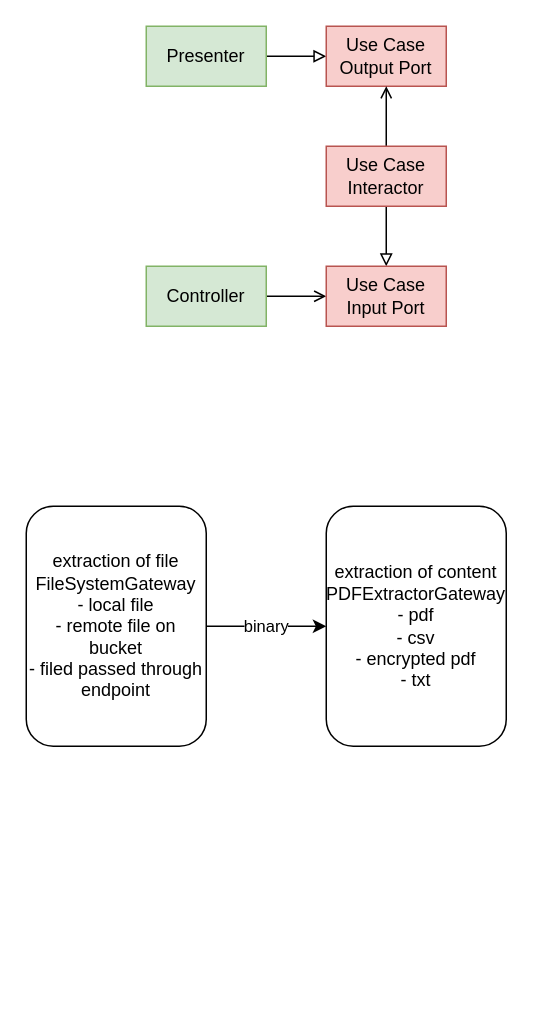
The draw.io diagram new-service/diagram.dio in josueelias9/improving-BCP-organizate, before the edit. Source tidied: cells renumbered, new cells numbered last; positions are measured from the earlier drawing's top-left corner, leaving out a move shared by most shapes. Both pictures are drawn from the tidied source at 150%, with x=0, y=0 at pixel (26, 26).
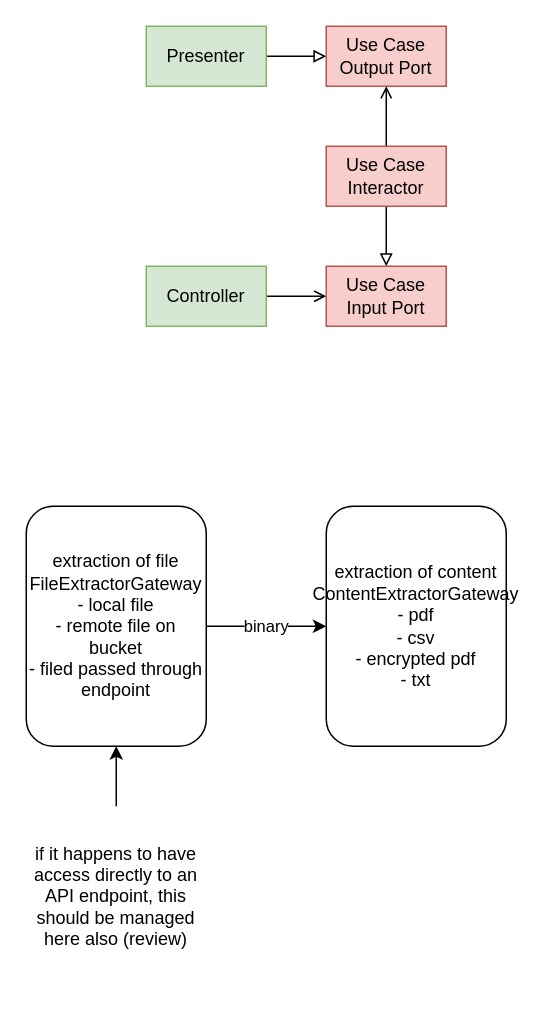
The same diagram, later.

Commit message (it also covers changes not shown here):
refactor: refactor PDF and file processing gateways; add content extraction capabilities

What changed in the source:
```diff
@@
 <mxGraphModel>
   <root>
     <mxCell id="0" />
     <mxCell id="1" parent="0" />
     <mxCell id="2" style="edgeStyle=none;html=1;endArrow=block;endFill=0;" parent="1" edge="1" source="3" target="4">
       <mxGeometry relative="1" as="geometry" />
     </mxCell>
     <mxCell id="3" value="Presenter" style="rounded=0;whiteSpace=wrap;html=1;fillColor=#d5e8d4;strokeColor=#82b366;" parent="1" vertex="1">
       <mxGeometry x="80" width="80" height="40" as="geometry" />
     </mxCell>
     <mxCell id="4" value="Use Case Output Port" style="rounded=0;whiteSpace=wrap;html=1;fillColor=#f8cecc;strokeColor=#b85450;" parent="1" vertex="1">
       <mxGeometry x="200" width="80" height="40" as="geometry" />
     </mxCell>
     <mxCell id="5" style="edgeStyle=none;html=1;endArrow=open;endFill=0;" parent="1" edge="1" source="7" target="4">
       <mxGeometry relative="1" as="geometry" />
     </mxCell>
     <mxCell id="6" style="edgeStyle=none;html=1;endArrow=block;endFill=0;" parent="1" edge="1" source="7" target="10">
       <mxGeometry relative="1" as="geometry" />
     </mxCell>
     <mxCell id="7" value="Use Case Interactor" style="rounded=0;whiteSpace=wrap;html=1;fillColor=#f8cecc;strokeColor=#b85450;" parent="1" vertex="1">
       <mxGeometry x="200" y="80" width="80" height="40" as="geometry" />
     </mxCell>
     <mxCell id="8" style="edgeStyle=none;html=1;endArrow=open;endFill=0;" parent="1" edge="1" source="9" target="10">
       <mxGeometry relative="1" as="geometry" />
     </mxCell>
     <mxCell id="9" value="Controller" style="rounded=0;whiteSpace=wrap;html=1;fillColor=#d5e8d4;strokeColor=#82b366;" parent="1" vertex="1">
       <mxGeometry x="80" y="160" width="80" height="40" as="geometry" />
     </mxCell>
     <mxCell id="10" value="Use Case Input Port" style="rounded=0;whiteSpace=wrap;html=1;fillColor=#f8cecc;strokeColor=#b85450;" parent="1" vertex="1">
       <mxGeometry x="200" y="160" width="80" height="40" as="geometry" />
     </mxCell>
     <mxCell id="11" value="binary" style="edgeStyle=none;html=1;" parent="1" edge="1" source="12" target="13">
       <mxGeometry relative="1" as="geometry" />
     </mxCell>
-    <mxCell id="12" value="extraction of file&lt;div&gt;FileSystemGateway&lt;/div&gt;&lt;div&gt;- local file&lt;/div&gt;&lt;div&gt;- remote file on bucket&lt;/div&gt;&lt;div&gt;- filed passed through endpoint&lt;/div&gt;" style="rounded=1;whiteSpace=wrap;html=1;" parent="1" vertex="1">
+    <mxCell id="12" value="extraction of file&lt;div&gt;FileExtractorGateway&lt;/div&gt;&lt;div&gt;- local file&lt;/div&gt;&lt;div&gt;- remote file on bucket&lt;/div&gt;&lt;div&gt;- filed passed through endpoint&lt;/div&gt;" style="rounded=1;whiteSpace=wrap;html=1;" parent="1" vertex="1">
       <mxGeometry y="320" width="120" height="160" as="geometry" />
     </mxCell>
-    <mxCell id="13" value="extraction of content&lt;div&gt;&lt;div&gt;PDFExtractorGateway&lt;/div&gt;&lt;/div&gt;&lt;div&gt;- pdf&lt;/div&gt;&lt;div&gt;- csv&lt;/div&gt;&lt;div&gt;- encrypted pdf&lt;/div&gt;&lt;div&gt;- txt&lt;/div&gt;" style="rounded=1;whiteSpace=wrap;html=1;" parent="1" vertex="1">
+    <mxCell id="13" value="extraction of content&lt;div&gt;&lt;div&gt;ContentExtractorGateway&lt;/div&gt;&lt;/div&gt;&lt;div&gt;- pdf&lt;/div&gt;&lt;div&gt;- csv&lt;/div&gt;&lt;div&gt;- encrypted pdf&lt;/div&gt;&lt;div&gt;- txt&lt;/div&gt;" style="rounded=1;whiteSpace=wrap;html=1;" parent="1" vertex="1">
       <mxGeometry x="200" y="320" width="120" height="160" as="geometry" />
     </mxCell>
+    <mxCell id="14" style="edgeStyle=none;html=1;" parent="1" edge="1" source="15" target="12">
+      <mxGeometry relative="1" as="geometry" />
+    </mxCell>
+    <mxCell id="15" value="if it happens to have access directly to an API endpoint, this should be managed here also (review)" style="text;html=1;align=center;verticalAlign=middle;whiteSpace=wrap;rounded=0;" parent="1" vertex="1">
+      <mxGeometry y="520" width="120" height="120" as="geometry" />
+    </mxCell>
   </root>
 </mxGraphModel>
```
